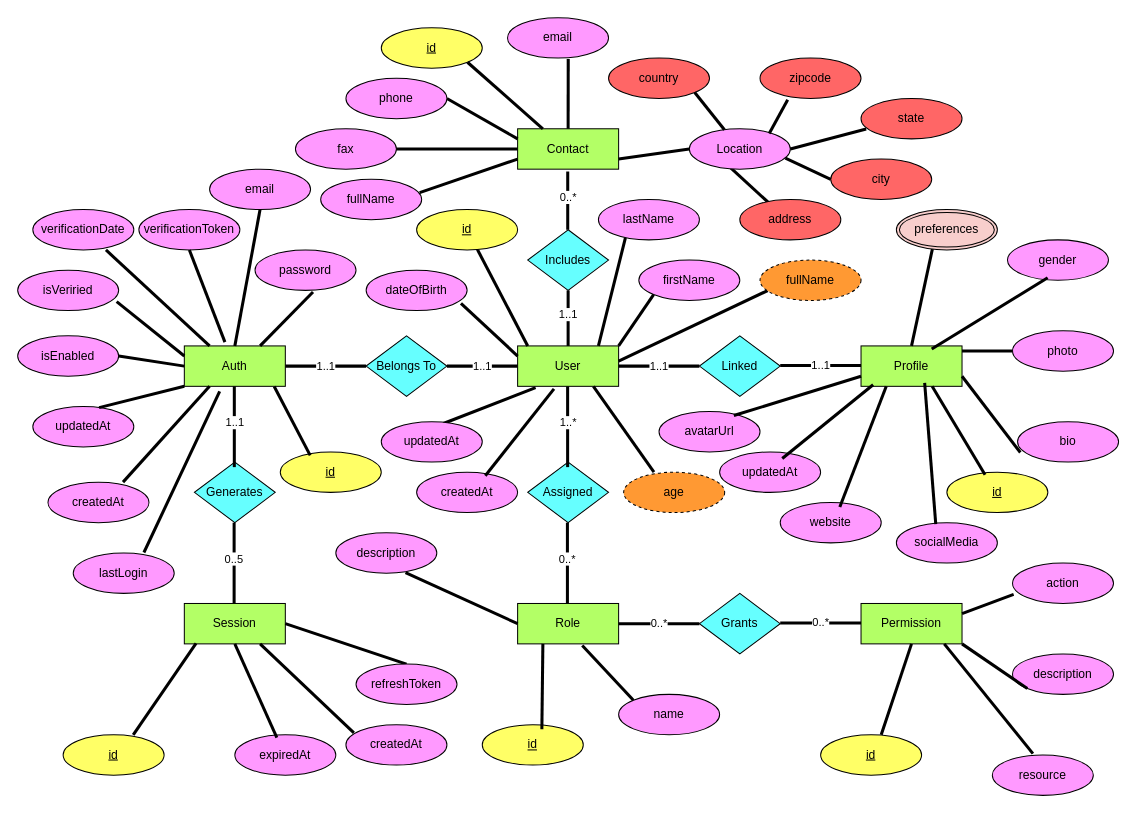
This is documentation/database/logical/logical-design.drawio from jadogeri/nestjs-server-template, a draw.io file, before an edit. Source tidied: cells renumbered, new cells numbered last; positions are measured from the earlier drawing's top-left corner, leaving out a move shared by most shapes. Both pictures are drawn from the tidied source at 101%, with x=0, y=0 at pixel (17, 17).
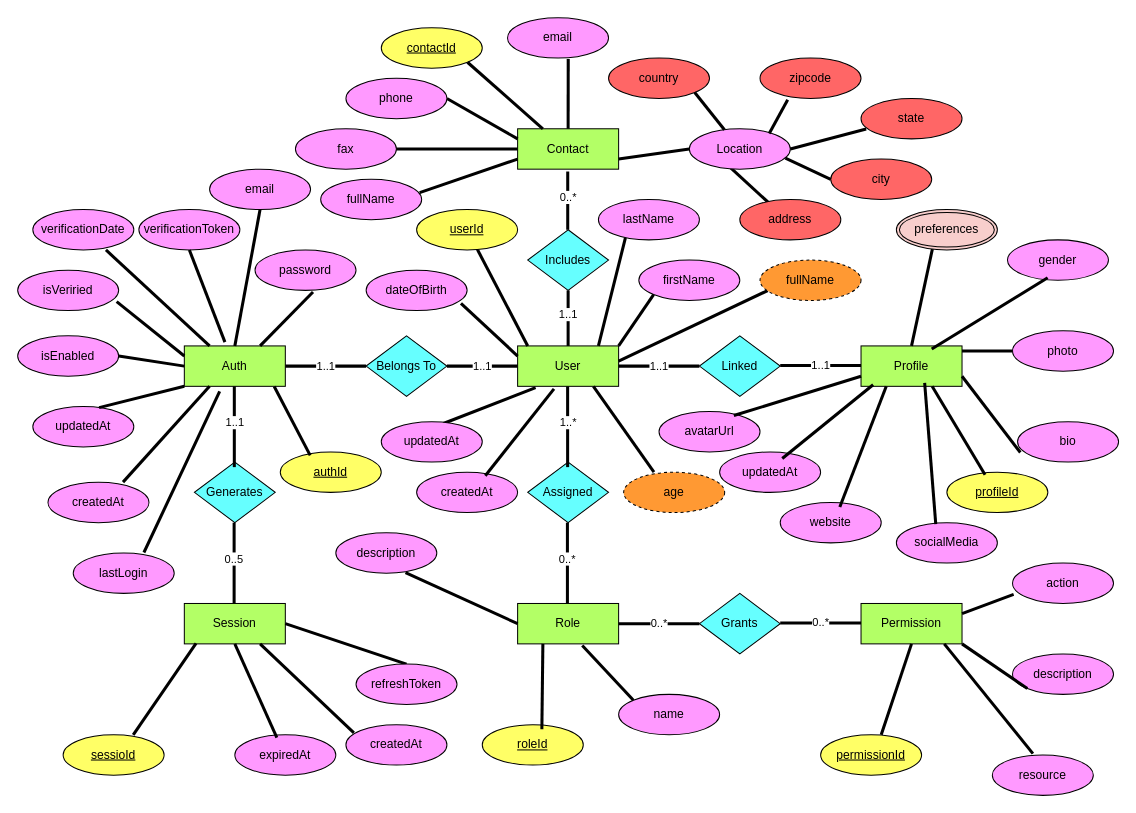
After the change.

The edit, as a diff of the source:
```diff
@@
-    <mxCell id="27" value="id" style="ellipse;whiteSpace=wrap;html=1;align=center;fontStyle=4;fillColor=#FFFF66;" parent="1" vertex="1">
+    <mxCell id="27" value="profileId" style="ellipse;whiteSpace=wrap;html=1;align=center;fontStyle=4;fillColor=#FFFF66;" parent="1" vertex="1">
       <mxGeometry x="920" y="450" width="100" height="40" as="geometry" />
     </mxCell>
@@
-    <mxCell id="41" value="id" style="ellipse;whiteSpace=wrap;html=1;align=center;fontStyle=4;fillColor=#FFFF66;" parent="1" vertex="1">
+    <mxCell id="41" value="permissionId" style="ellipse;whiteSpace=wrap;html=1;align=center;fontStyle=4;fillColor=#FFFF66;" parent="1" vertex="1">
       <mxGeometry x="795" y="710" width="100" height="40" as="geometry" />
     </mxCell>
@@
-    <mxCell id="45" value="id" style="ellipse;whiteSpace=wrap;html=1;align=center;fontStyle=4;fillColor=#FFFF66;" parent="1" vertex="1">
+    <mxCell id="45" value="roleId" style="ellipse;whiteSpace=wrap;html=1;align=center;fontStyle=4;fillColor=#FFFF66;" parent="1" vertex="1">
       <mxGeometry x="460" y="700" width="100" height="40" as="geometry" />
     </mxCell>
-    <mxCell id="46" value="id" style="ellipse;whiteSpace=wrap;html=1;align=center;fontStyle=4;fillColor=#FFFF66;" parent="1" vertex="1">
+    <mxCell id="46" value="authId" style="ellipse;whiteSpace=wrap;html=1;align=center;fontStyle=4;fillColor=#FFFF66;" parent="1" vertex="1">
       <mxGeometry x="260" y="430" width="100" height="40" as="geometry" />
     </mxCell>
-    <mxCell id="47" value="id" style="ellipse;whiteSpace=wrap;html=1;align=center;fontStyle=4;fillColor=#FFFF66;" parent="1" vertex="1">
+    <mxCell id="47" value="contactId" style="ellipse;whiteSpace=wrap;html=1;align=center;fontStyle=4;fillColor=#FFFF66;" parent="1" vertex="1">
       <mxGeometry x="360" y="10" width="100" height="40" as="geometry" />
     </mxCell>
-    <mxCell id="48" value="id" style="ellipse;whiteSpace=wrap;html=1;align=center;fontStyle=4;fillColor=#FFFF66;" parent="1" vertex="1">
+    <mxCell id="48" value="sessioId" style="ellipse;whiteSpace=wrap;html=1;align=center;fontStyle=4;fillColor=#FFFF66;" parent="1" vertex="1">
       <mxGeometry x="45" y="710" width="100" height="40" as="geometry" />
     </mxCell>
@@
-    <mxCell id="58" value="id" style="ellipse;whiteSpace=wrap;html=1;align=center;fontStyle=4;fillColor=#FFFF66;" parent="1" vertex="1">
+    <mxCell id="58" value="userId" style="ellipse;whiteSpace=wrap;html=1;align=center;fontStyle=4;fillColor=#FFFF66;" parent="1" vertex="1">
       <mxGeometry x="395" y="190" width="100" height="40" as="geometry" />
     </mxCell>
```
